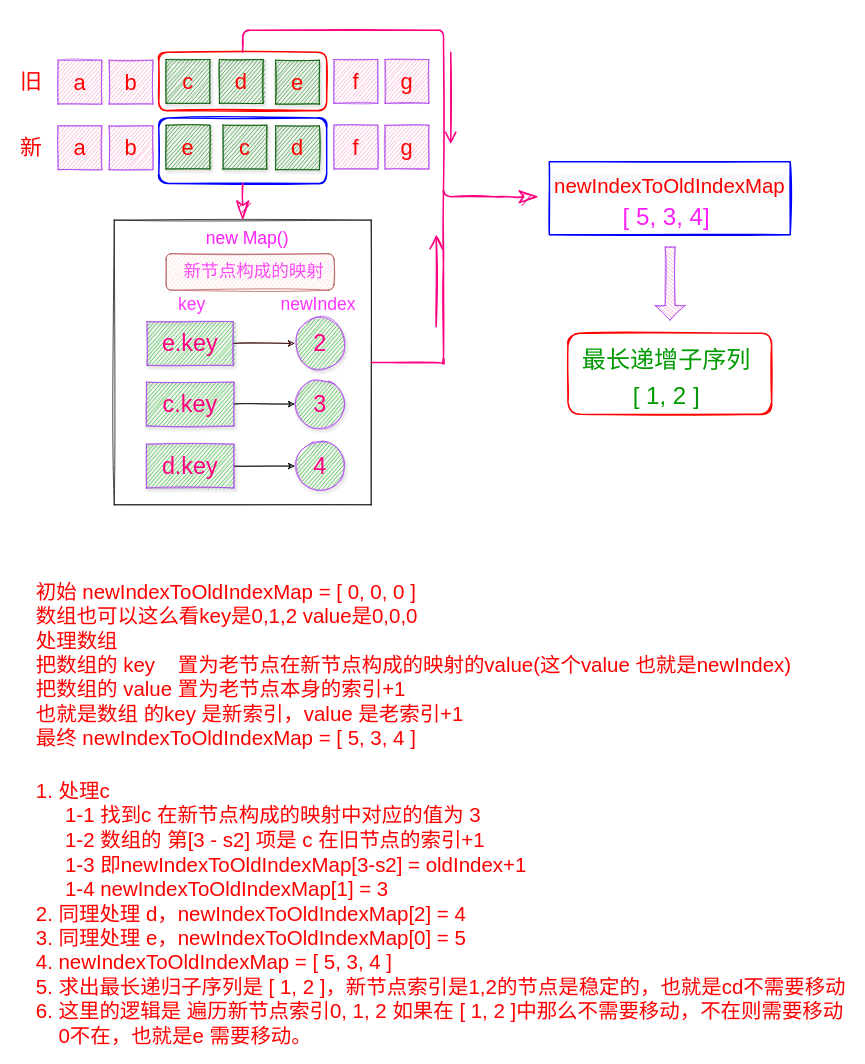
Earlier version of the draw.io diagram page "移动" (7 of 8) of vue/diff1.drawio (fengjinlong/drawio). Source tidied: cells renumbered, new cells numbered last; positions are measured from the earlier drawing's top-left corner, leaving out a move shared by most shapes. Both pictures are drawn from the tidied source at 73%, with x=0, y=0 at pixel (12, 30).
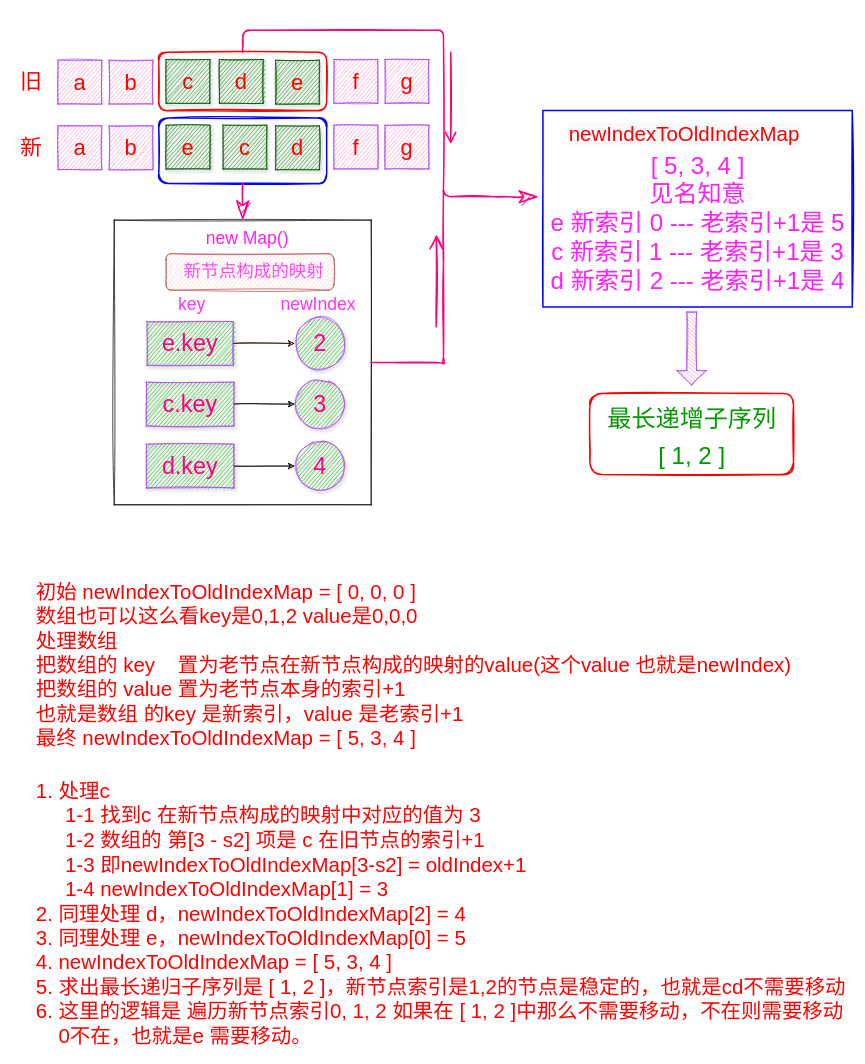
The same diagram, later.

Change to the diagram source:
```diff
@@
     <mxCell id="37" value="&lt;span style=&quot;color: rgb(255, 0, 0); font-family: helvetica; font-size: 28px; font-style: normal; font-weight: 400; letter-spacing: normal; text-align: left; text-indent: 0px; text-transform: none; word-spacing: 0px; background-color: rgb(248, 249, 250); display: inline; float: none;&quot;&gt;newIndexToOldIndexMap&lt;/span&gt;" style="text;whiteSpace=wrap;html=1;fontSize=24;fontColor=#FF1FF8;" parent="1" vertex="1">
-      <mxGeometry x="740" y="190" width="340" height="50" as="geometry" />
+      <mxGeometry x="760" y="119" width="340" height="50" as="geometry" />
     </mxCell>
     <mxCell id="38" style="rounded=0;whiteSpace=wrap;html=1;labelBackgroundColor=none;labelBorderColor=none;sketch=1;fontSize=24;fontColor=#FF1FF8;strokeColor=#0000FF;strokeWidth=2;fillColor=none;" parent="1" vertex="1">
-      <mxGeometry x="735" y="180" width="330" height="100" as="geometry" />
+      <mxGeometry x="726.2" y="110" width="423.8" height="269" as="geometry" />
     </mxCell>
@@
-    <mxCell id="45" value="[ 5, 3, 4]" style="text;html=1;align=center;verticalAlign=middle;strokeColor=none;fillColor=none;fontSize=33;fontColor=#FF1FF8;" parent="1" vertex="1">
-      <mxGeometry x="829.5" y="230" width="130" height="50" as="geometry" />
+    <mxCell id="45" value="[ 5, 3, 4 ]&lt;br&gt;见名知意&lt;br&gt;e 新索引 0 --- 老索引+1是 5&lt;br&gt;c 新索引 1 --- 老索引+1是 3&lt;br&gt;d 新索引 2 --- 老索引+1是 4" style="text;html=1;align=center;verticalAlign=middle;strokeColor=none;fillColor=none;fontSize=33;fontColor=#FF1FF8;" parent="1" vertex="1">
+      <mxGeometry x="728.1" y="159" width="420" height="210" as="geometry" />
     </mxCell>
     <mxCell id="46" value="最长递增子序列" style="text;html=1;align=center;verticalAlign=middle;strokeColor=none;fillColor=none;fontSize=33;fontColor=#009900;" parent="1" vertex="1">
-      <mxGeometry x="769.5" y="426" width="250" height="50" as="geometry" />
+      <mxGeometry x="805" y="507" width="250" height="50" as="geometry" />
     </mxCell>
     <mxCell id="47" value="[ 1, 2 ]" style="text;html=1;align=center;verticalAlign=middle;strokeColor=none;fillColor=none;fontSize=33;fontColor=#009900;" parent="1" vertex="1">
-      <mxGeometry x="839.5" y="476" width="110" height="50" as="geometry" />
+      <mxGeometry x="875" y="557" width="110" height="50" as="geometry" />
     </mxCell>
     <mxCell id="48" style="rounded=1;whiteSpace=wrap;html=1;labelBackgroundColor=none;labelBorderColor=none;sketch=1;fillStyle=auto;fontSize=33;fontColor=#009900;strokeColor=#FF0000;strokeWidth=2;fillColor=none;" parent="1" vertex="1">
-      <mxGeometry x="760.5" y="415" width="279" height="111" as="geometry" />
+      <mxGeometry x="790.5" y="497.5" width="279" height="111" as="geometry" />
     </mxCell>
     <mxCell id="49" style="html=1;shadow=0;dashed=0;align=center;verticalAlign=middle;shape=mxgraph.arrows2.arrow;dy=0.67;dx=20;notch=0;rounded=0;glass=0;sketch=1;fillStyle=auto;fontSize=30;fontColor=#FF0000;strokeColor=#AF45ED;fillColor=#F694C1;gradientColor=none;labelBackgroundColor=none;labelBorderColor=none;rotation=90;" parent="1" vertex="1">
-      <mxGeometry x="850.5" y="326.5" width="100" height="41" as="geometry" />
+      <mxGeometry x="880" y="415.5" width="100" height="41" as="geometry" />
     </mxCell>
```
